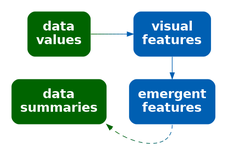
This is Diagrams/data-vis-vis-stat-only.png from pmur002/hdvw, a Graphviz export, as it was before one commit. Its source is kept beside it as Diagrams/data-vis-vis-stat-only.dot.
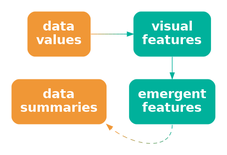
After the change.

Change to the diagram source:
```diff
@@ -1,15 +1,15 @@
 digraph {
   graph [ rankdir=LR; margin=.2; nodesep=.5 ];
   node [ fontsize=20; fontname="sans bold"; margin=.2 ];
-  data [ label="data\nvalues"; shape=box; style="filled, rounded"; penwidth=0; fontcolor=white; fillcolor="#006400" ]
-  stat [ label="data\nsummaries"; shape=box; style="filled, rounded"; penwidth=0; fontcolor=white; fillcolor="#006400" ]
+  data [ label="data\nvalues"; shape=box; style="filled, rounded"; penwidth=0; fontcolor=white; fillcolor="#F09736" ]
+  stat [ label="data\nsummaries"; shape=box; style="filled, rounded"; penwidth=0; fontcolor=white; fillcolor="#F09736" ]
   vis [ label="visual\nfeatures"; shape=box;
-     style="filled, rounded"; penwidth=0; fontcolor=white; fillcolor="#005FB2" ]
+     style="filled, rounded"; penwidth=0; fontcolor=white; fillcolor="#00B19B" ]
   add [ label="emergent\nfeatures"; shape=box;
-     style="filled, rounded"; penwidth=0; fontcolor=white; fillcolor="#005FB2" ]
-  data -> vis [ color="#006400;0.1:#006314;0.1:#006328;0.1:#00623B;0.1:#00624F;0.1:#006163;0.1:#006177;0.1:#00608A;0.1:#00609E;0.1:#005FB2;0.1" ]
-  vis -> add [ color="#005FB2" ]
-  add:s -> stat:se [ style="dashed", color="#005FB2;0.1:#00609E;0.1:#00608A;0.1:#006177;0.1:#006163;0.1:#00624F;0.1:#00623B;0.1:#006328;0.1:#006314;0.1:#006400;0.1" ]
+     style="filled, rounded"; penwidth=0; fontcolor=white; fillcolor="#00B19B" ]
+  data -> vis [ color="#F09736;0.1:#D59A41;0.1:#BB9D4C;0.1:#A0A058;0.1:#85A363;0.1:#6BA56E;0.1:#50A879;0.1:#35AB85;0.1:#1BAE90;0.1:#00B19B;0.1" ]
+  vis -> add [ color="#00B19B" ]
+  add:s -> stat:se [ style="dashed", color="#00B19B;0.1:#1BAE90;0.1:#35AB85;0.1:#50A879;0.1:#6BA56E;0.1:#85A363;0.1:#A0A058;0.1:#BB9D4C;0.1:#D59A41;0.1:#F09736;0.1" ]
 { rank=same; data, stat }
 { rank=same; vis, add }
 }
```
